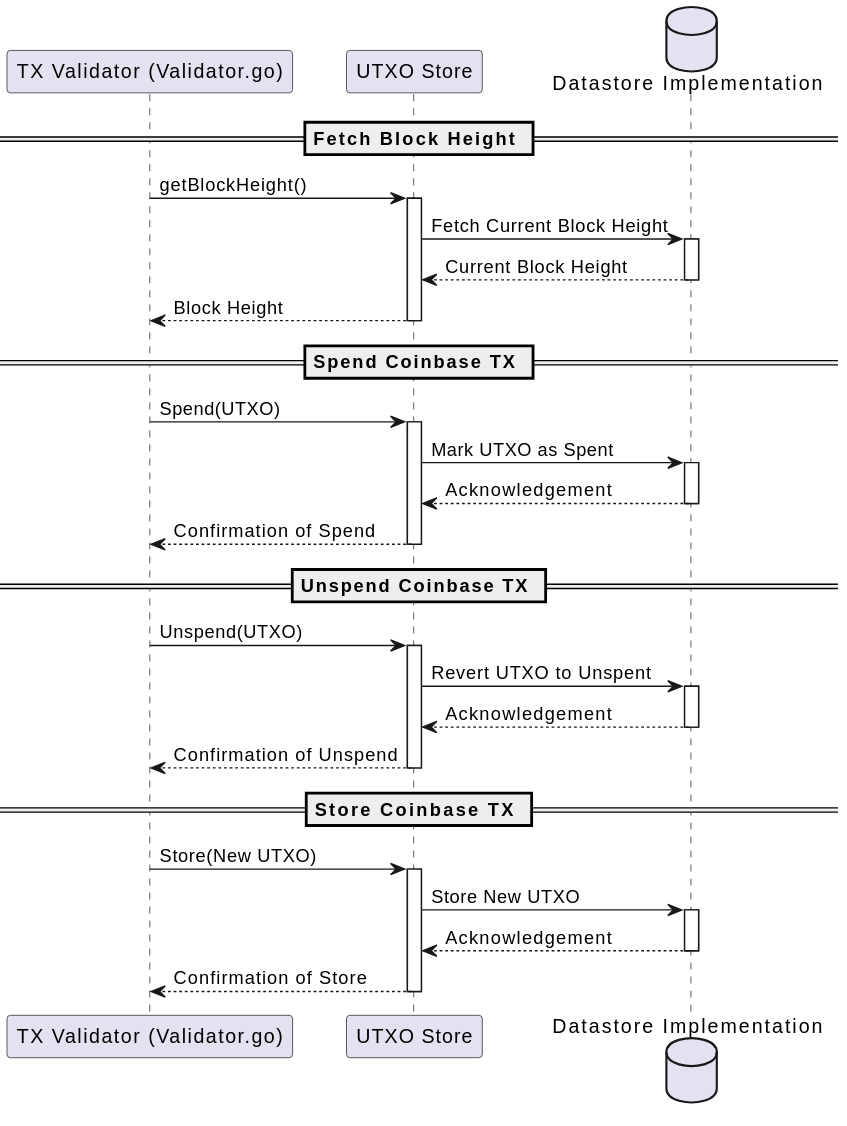
freemans13/teranode keeps this PlantUML diagram as docs/services/img/plantuml/utxo/utxo_transaction_validator.svg. Above is the earlier version. Its source is kept beside it as docs/services/img/plantuml/utxo/utxo_transaction_validator.puml.
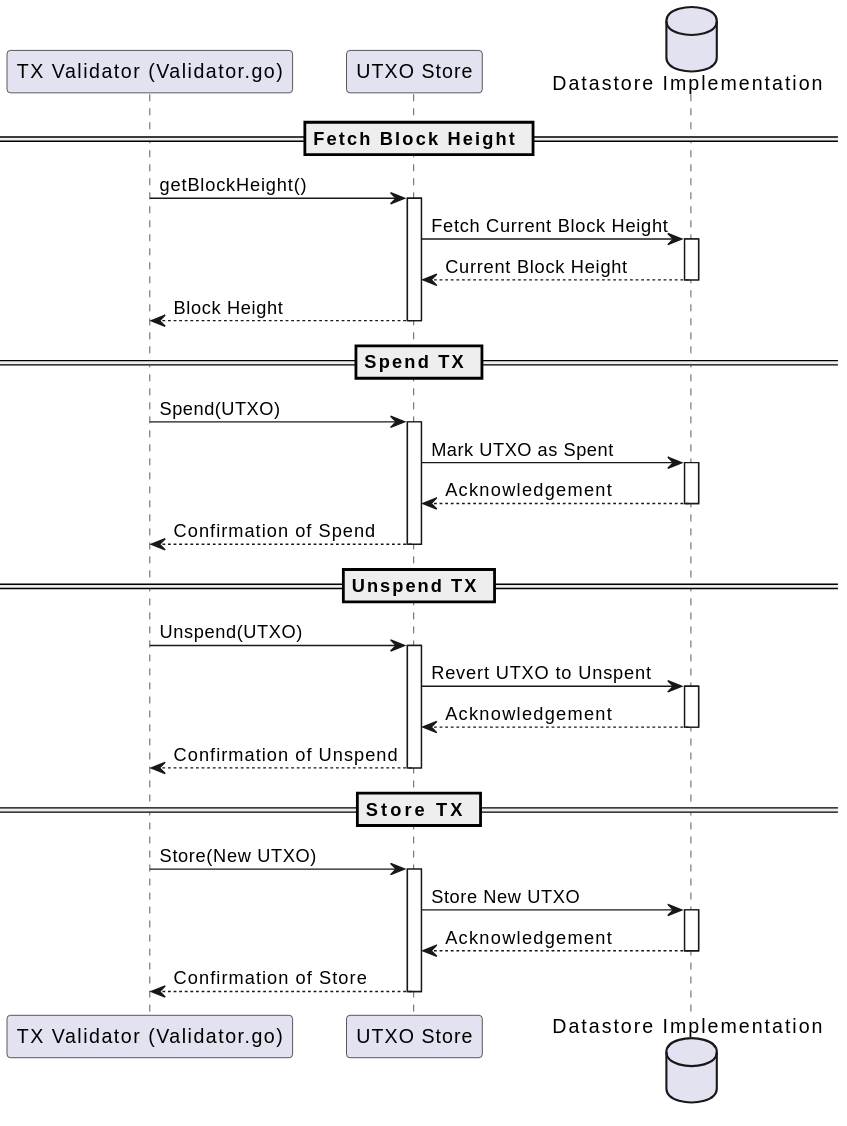
Above is the later version.

Commit message:
Documentation - UTXO Store.

Diff of the diagram source:
```diff
@@ -16,7 +16,7 @@
 UTXOStore --> TXValidator: Block Height
 deactivate UTXOStore
 
-== Spend Coinbase TX ==
+== Spend TX ==
 
 
 TXValidator -> UTXOStore: Spend(UTXO)
@@ -30,7 +30,7 @@
 UTXOStore --> TXValidator: Confirmation of Spend
 deactivate UTXOStore
 
-== Unspend Coinbase TX ==
+== Unspend TX ==
 
 
 TXValidator -> UTXOStore: Unspend(UTXO)
@@ -44,7 +44,7 @@
 UTXOStore --> TXValidator: Confirmation of Unspend
 deactivate UTXOStore
 
-== Store Coinbase TX ==
+== Store TX ==
 
 TXValidator -> UTXOStore: Store(New UTXO)
 activate UTXOStore
```
